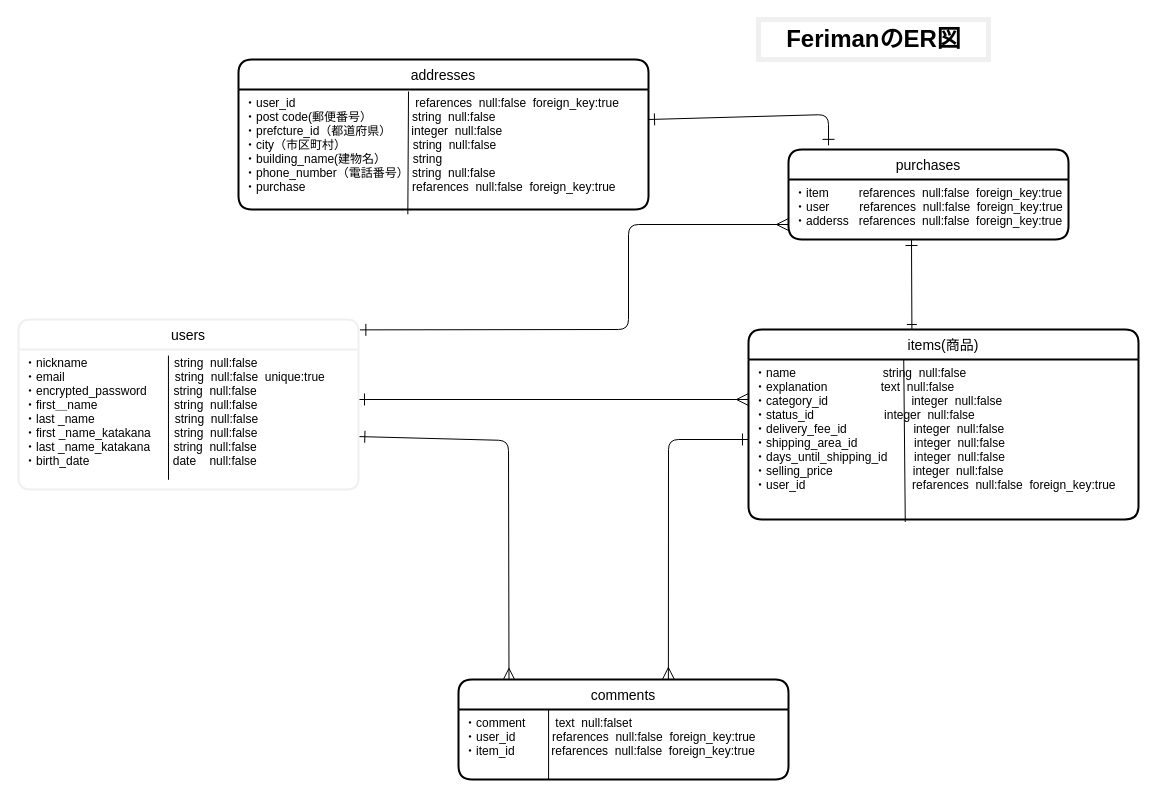
The draw.io diagram er.dio in yuko1117/furima-31777, before the edit. Source tidied: cells renumbered, new cells numbered last; positions are measured from the earlier drawing's top-left corner, leaving out a move shared by most shapes. Both pictures are drawn from the tidied source at 100%, with x=0, y=0 at pixel (18, 19).
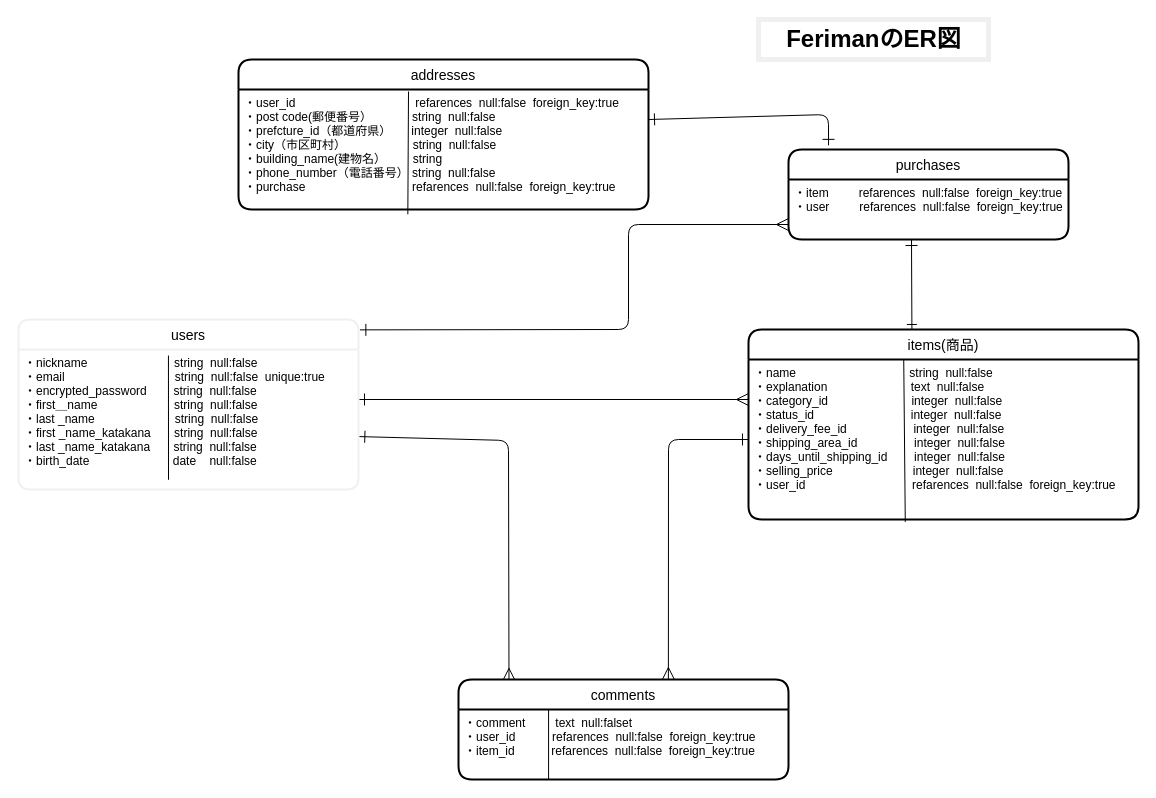
Above is the later version.

Commit message (it also covers changes not shown here):
ER図、README修正５

Unchanged cells that the change refers to:
```xml
<mxCell id="5" value="items(商品)" style="swimlane;horizontal=1;startSize=30;rounded=1;fontSize=14;fontStyle=0;strokeWidth=2;shadow=0;dashed=0;align=center;" parent="1" vertex="1">
  <mxGeometry x="730" y="310" width="390" height="190" as="geometry" />
</mxCell>
<mxCell id="9" value="purchases" style="swimlane;horizontal=1;startSize=30;rounded=1;fontSize=14;fontStyle=0;strokeWidth=2;shadow=0;dashed=0;align=center;" parent="1" vertex="1">
  <mxGeometry x="770" y="130" width="280" height="90" as="geometry" />
</mxCell>
```

What changed in the source:
```diff
@@
-    <mxCell id="6" value="・name                          string  null:false&#10;・explanation                text  null:false&#10;・category_id                         integer  null:false  &#10;・status_id                     integer  null:false&#10;・delivery_fee_id                    integer  null:false&#10;・shipping_area_id                 integer  null:false&#10;・days_until_shipping_id        integer  null:false&#10;・selling_price                        integer  null:false&#10;・user_id                                refarences  null:false  foreign_key:true" style="align=left;strokeColor=none;fillColor=none;spacingLeft=4;fontSize=12;verticalAlign=top;" parent="5" vertex="1">
+    <mxCell id="6" value="・name                                  string  null:false&#10;・explanation                         text  null:false&#10;・category_id                         integer  null:false  &#10;・status_id                             integer  null:false&#10;・delivery_fee_id                    integer  null:false&#10;・shipping_area_id                 integer  null:false&#10;・days_until_shipping_id        integer  null:false&#10;・selling_price                        integer  null:false&#10;・user_id                                refarences  null:false  foreign_key:true" style="align=left;strokeColor=none;fillColor=none;spacingLeft=4;fontSize=12;verticalAlign=top;" parent="5" vertex="1">
       <mxGeometry y="30" width="390" height="160" as="geometry" />
     </mxCell>
@@
-    <mxCell id="10" value="・item         refarences  null:false  foreign_key:true&#10;・user         refarences  null:false  foreign_key:true&#10;・adderss   refarences  null:false  foreign_key:true&#10;        " style="align=left;strokeColor=none;fillColor=none;spacingLeft=4;fontSize=12;verticalAlign=top;" parent="9" vertex="1">
+    <mxCell id="10" value="・item         refarences  null:false  foreign_key:true&#10;・user         refarences  null:false  foreign_key:true&#10;&#10;        " style="align=left;strokeColor=none;fillColor=none;spacingLeft=4;fontSize=12;verticalAlign=top;" parent="9" vertex="1">
       <mxGeometry y="30" width="280" height="60" as="geometry" />
     </mxCell>
```
